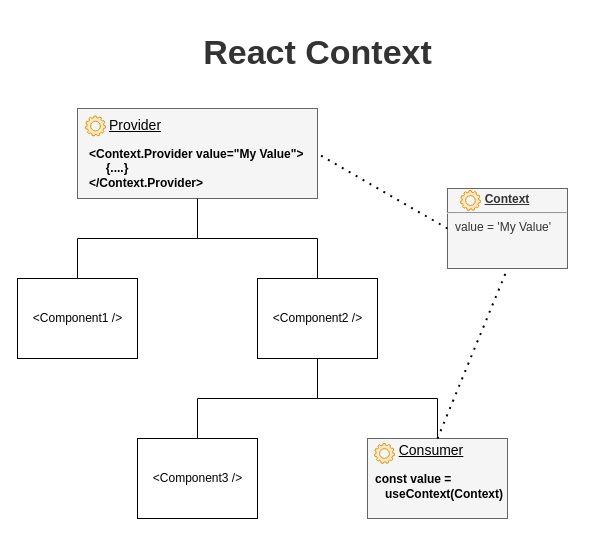
Earlier version of the draw.io diagram content/posts/147-react-context/diagrams/diagram.drawio (panzerdp/dmitripavlutin.com). Source tidied: cells renumbered, new cells numbered last; positions are measured from the earlier drawing's top-left corner, leaving out a move shared by most shapes. Both pictures are drawn from the tidied source at 100%, with x=0, y=0 at pixel (17, 17).
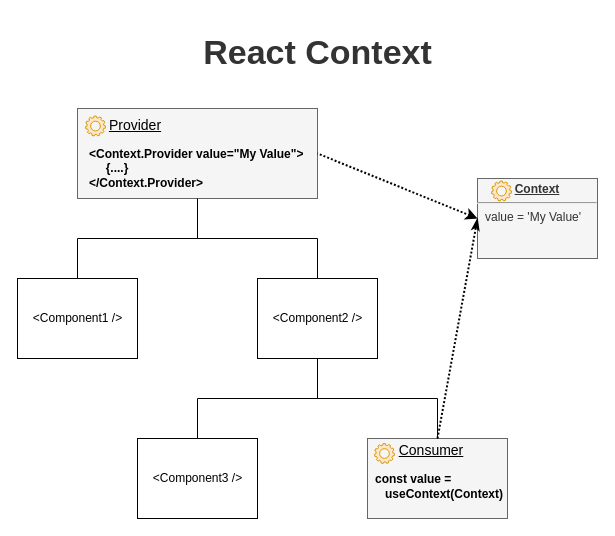
Above is the later version.

The change refers to these unchanged cells:
```xml
<mxCell id="2" style="html=1;fillColor=#f5f5f5;strokeColor=#666666;fontColor=#333333;" parent="1" vertex="1">
  <mxGeometry x="350" y="421" width="140" height="80" as="geometry" />
</mxCell>
<mxCell id="3" style="rounded=0;whiteSpace=wrap;html=1;fillColor=#f5f5f5;strokeColor=#666666;fontColor=#333333;" parent="1" vertex="1">
  <mxGeometry x="60" y="91" width="240" height="90" as="geometry" />
</mxCell>
```

Diff of the diagram source:
```diff
@@
     <mxCell id="5" value="&lt;p style=&quot;margin: 0px ; margin-top: 4px ; text-align: center ; text-decoration: underline&quot;&gt;&lt;b&gt;Context&lt;/b&gt;&lt;/p&gt;&lt;hr&gt;&lt;p style=&quot;margin: 0px ; margin-left: 8px&quot;&gt;value = 'My Value'&lt;br&gt;&lt;/p&gt;" style="verticalAlign=top;align=left;overflow=fill;fontSize=12;fontFamily=Helvetica;html=1;fillColor=#f5f5f5;strokeColor=#666666;fontColor=#333333;" parent="1" vertex="1">
-      <mxGeometry x="430" y="171" width="120" height="80" as="geometry" />
+      <mxGeometry x="460" y="161" width="120" height="80" as="geometry" />
     </mxCell>
@@
     <mxCell id="18" style="html=1;strokeColor=#d79b00;shadow=0;align=center;verticalAlign=top;fillColor=#ffe6cc;shape=mxgraph.gcp2.gear;" parent="1" vertex="1">
-      <mxGeometry x="443" y="173" width="20" height="20" as="geometry" />
+      <mxGeometry x="474" y="163.5" width="20" height="20" as="geometry" />
     </mxCell>
@@
-    <mxCell id="24" style="endArrow=none;dashed=1;html=1;dashPattern=1 3;strokeWidth=2;fontSize=14;entryX=0.5;entryY=1;entryDx=0;entryDy=0;exitX=0.5;exitY=0;exitDx=0;exitDy=0;" parent="1" edge="1" source="2" target="5">
+    <mxCell id="24" style="endArrow=classicThin;dashed=1;html=1;dashPattern=1 1;strokeWidth=2;fontSize=14;exitX=0.5;exitY=0;exitDx=0;exitDy=0;startArrow=none;startFill=0;endFill=1;entryX=0;entryY=0.5;entryDx=0;entryDy=0;" parent="1" edge="1" source="2" target="5">
       <mxGeometry relative="1" as="geometry" />
     </mxCell>
-    <mxCell id="25" style="endArrow=none;dashed=1;html=1;dashPattern=1 3;strokeWidth=2;fontSize=14;entryX=1;entryY=0.5;entryDx=0;entryDy=0;exitX=0;exitY=0.5;exitDx=0;exitDy=0;" parent="1" edge="1" source="5" target="3">
+    <mxCell id="25" style="endArrow=none;dashed=1;html=1;dashPattern=1 1;strokeWidth=2;fontSize=14;entryX=1;entryY=0.5;entryDx=0;entryDy=0;exitX=0;exitY=0.5;exitDx=0;exitDy=0;endFill=0;startArrow=classic;startFill=1;" parent="1" edge="1" source="5" target="3">
       <mxGeometry relative="1" as="geometry" />
     </mxCell>
```
